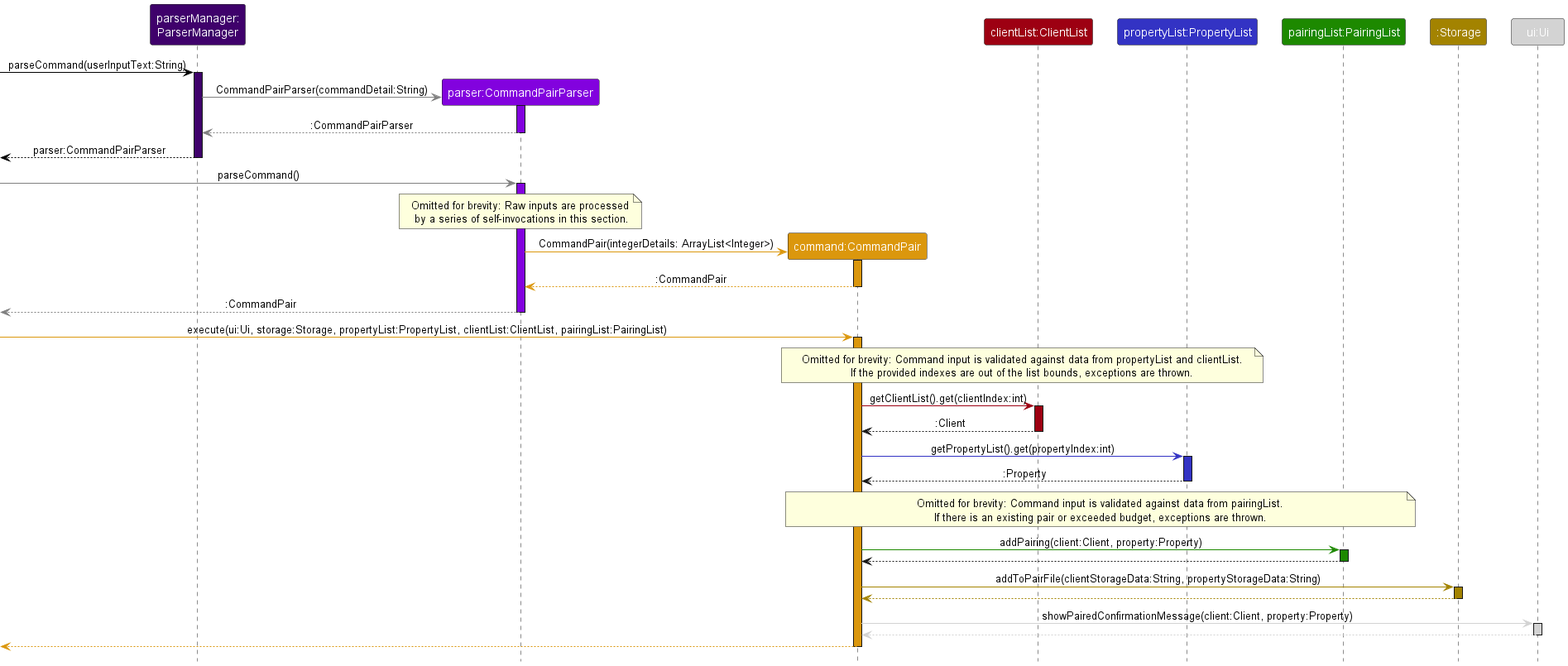
This is docs/diagrams/PairingListPairSD.png from nus-cs2113-AY2223S1/tp, a PlantUML export, as it was before one commit.
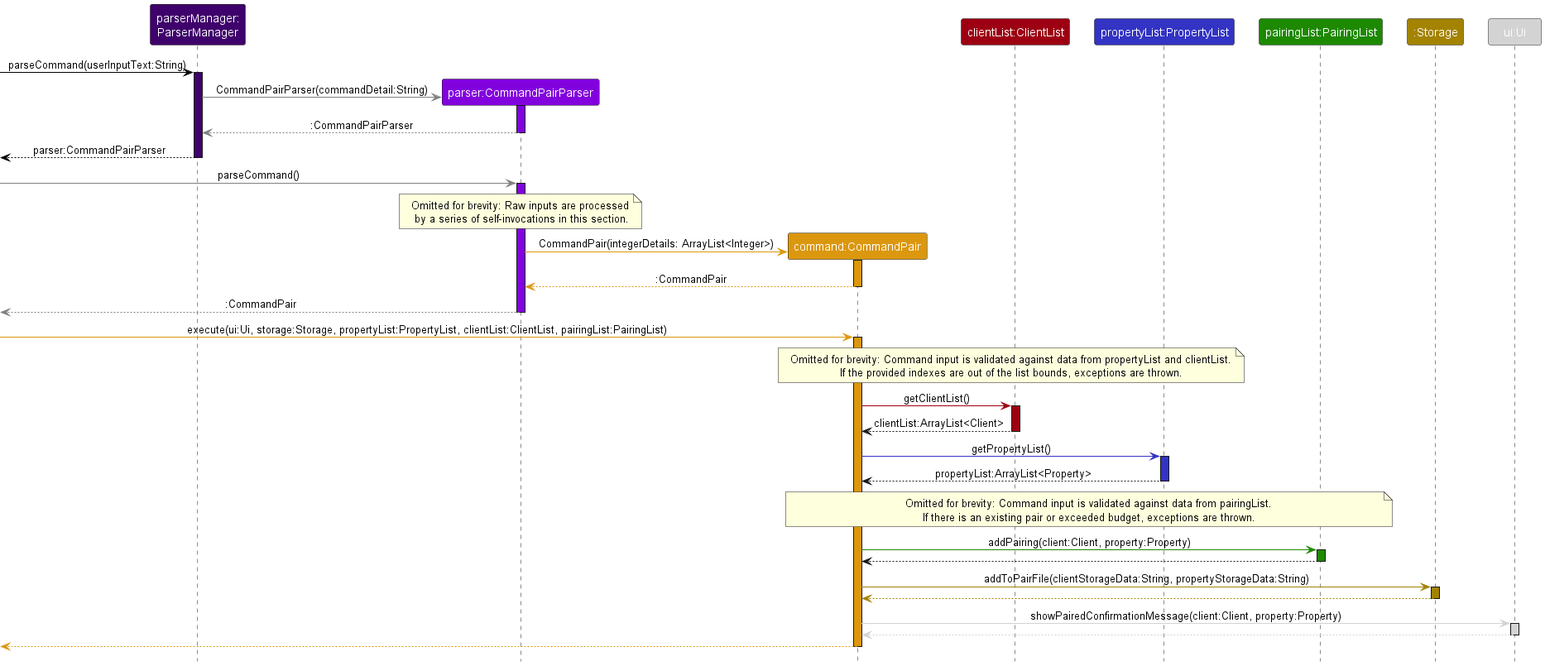
The same file after the commit.

Commit message:
Final edit to pairingList sequence diagram

Diff of the diagram source:
```diff
@@ -36,14 +36,14 @@
 activate CommandPair COMMAND_COLOR
 note over CommandPair, PropertyList: Omitted for brevity: Command input is validated against data from propertyList and clientList.\nIf the provided indexes are out of the list bounds, exceptions are thrown.
 
-CommandPair -[CLIENT_LIST_COLOR]> ClientList : getClientList().get(clientIndex:int)
+CommandPair -[CLIENT_LIST_COLOR]> ClientList : getClientList()
 activate ClientList CLIENT_LIST_COLOR
-ClientList --> CommandPair : :Client
+ClientList --> CommandPair : clientList:ArrayList<Client>
 deactivate ClientList
 
-CommandPair -[PROPERTY_LIST_COLOR]> PropertyList : getPropertyList().get(propertyIndex:int)
+CommandPair -[PROPERTY_LIST_COLOR]> PropertyList : getPropertyList()
 activate PropertyList PROPERTY_LIST_COLOR
-PropertyList --> CommandPair : :Property
+PropertyList --> CommandPair : propertyList:ArrayList<Property>
 deactivate PropertyList
 
 note over CommandPair, PairingList: Omitted for brevity: Command input is validated against data from pairingList.\nIf there is an existing pair or exceeded budget, exceptions are thrown.
```
